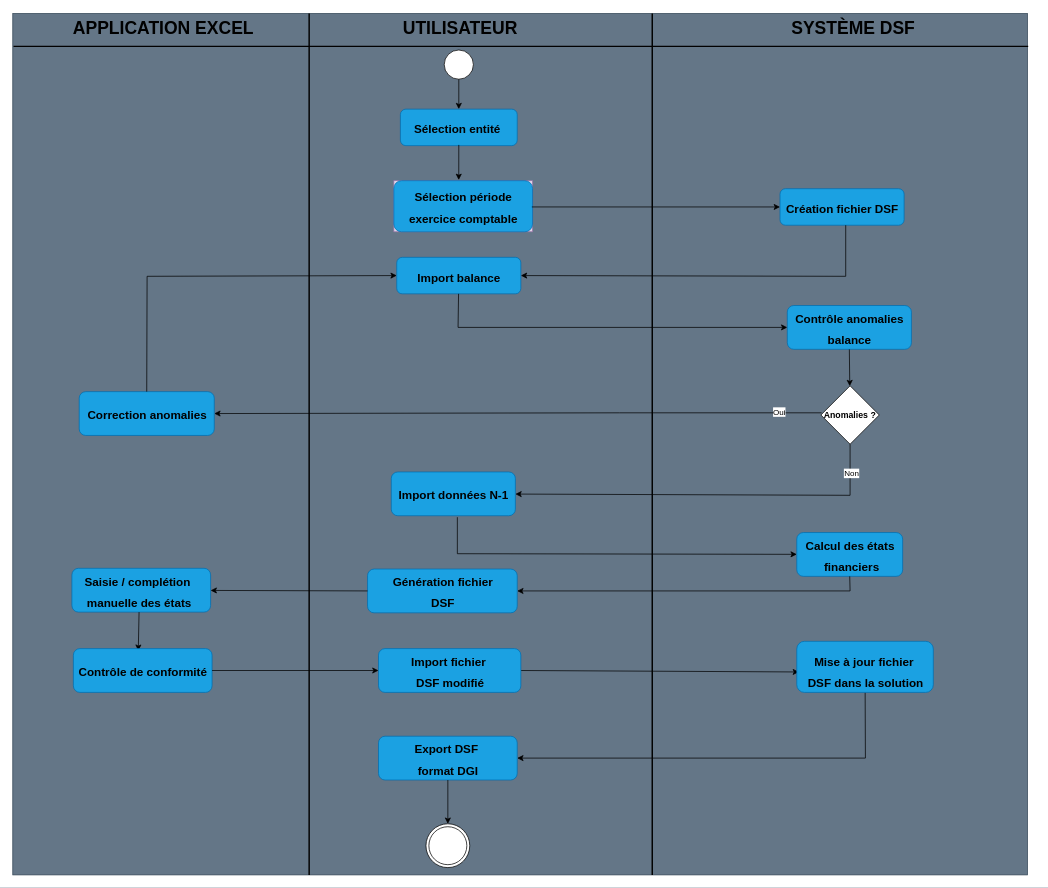
Earlier version of the draw.io diagram page "etablissement DSF" (1 of 2) of Diagramme activite creation DSF.drawio (Michelle-Ngami/Conception_DSF). Source tidied: cells renumbered, new cells numbered last; positions are measured from the earlier drawing's top-left corner, leaving out a move shared by most shapes. Both pictures are drawn from the tidied source at 73%, with x=0, y=0 at pixel (12, 13).
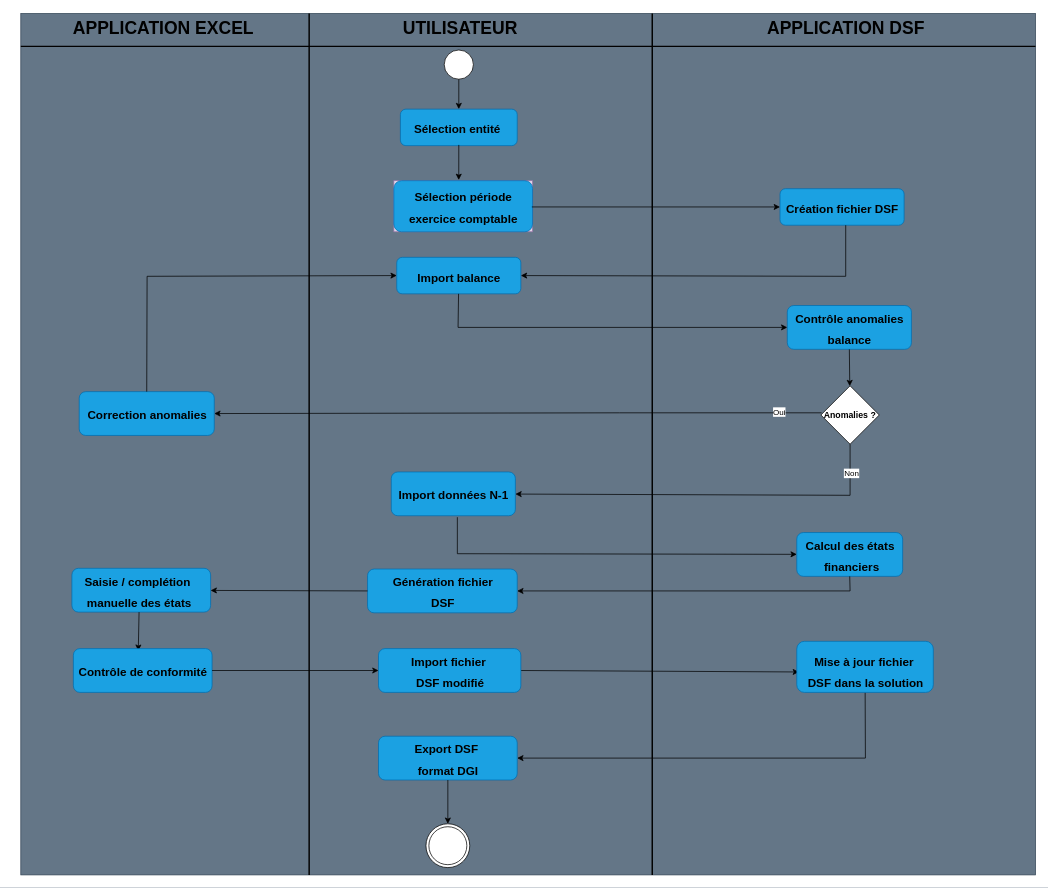
The same diagram, later.

Commit message:
Mettre à jour Diagramme activite creation DSF.drawio

Change to the diagram source:
```diff
@@
     <mxCell id="2" style="rounded=0;whiteSpace=wrap;html=1;fillColor=#647687;strokeColor=#314354;fontColor=#ffffff;" parent="1" vertex="1">
-      <mxGeometry width="1390" height="1180" as="geometry" />
+      <mxGeometry x="11" width="1390" height="1180" as="geometry" />
     </mxCell>
     <mxCell id="3" style="line;strokeWidth=2;html=1;" parent="1" vertex="1">
-      <mxGeometry x="1" y="40" width="1390" height="10" as="geometry" />
+      <mxGeometry x="11" y="40" width="1390" height="10" as="geometry" />
     </mxCell>
@@
-    <mxCell id="8" value="SYSTÈME DSF" style="text;strokeColor=none;fillColor=none;html=1;fontSize=24;fontStyle=1;verticalAlign=middle;align=center;" parent="1" vertex="1">
-      <mxGeometry x="1051" width="200" height="40" as="geometry" />
+    <mxCell id="8" value="APPLICATION DSF" style="text;strokeColor=none;fillColor=none;html=1;fontSize=24;fontStyle=1;verticalAlign=middle;align=center;" parent="1" vertex="1">
+      <mxGeometry x="1021" width="240" height="40" as="geometry" />
     </mxCell>
```
